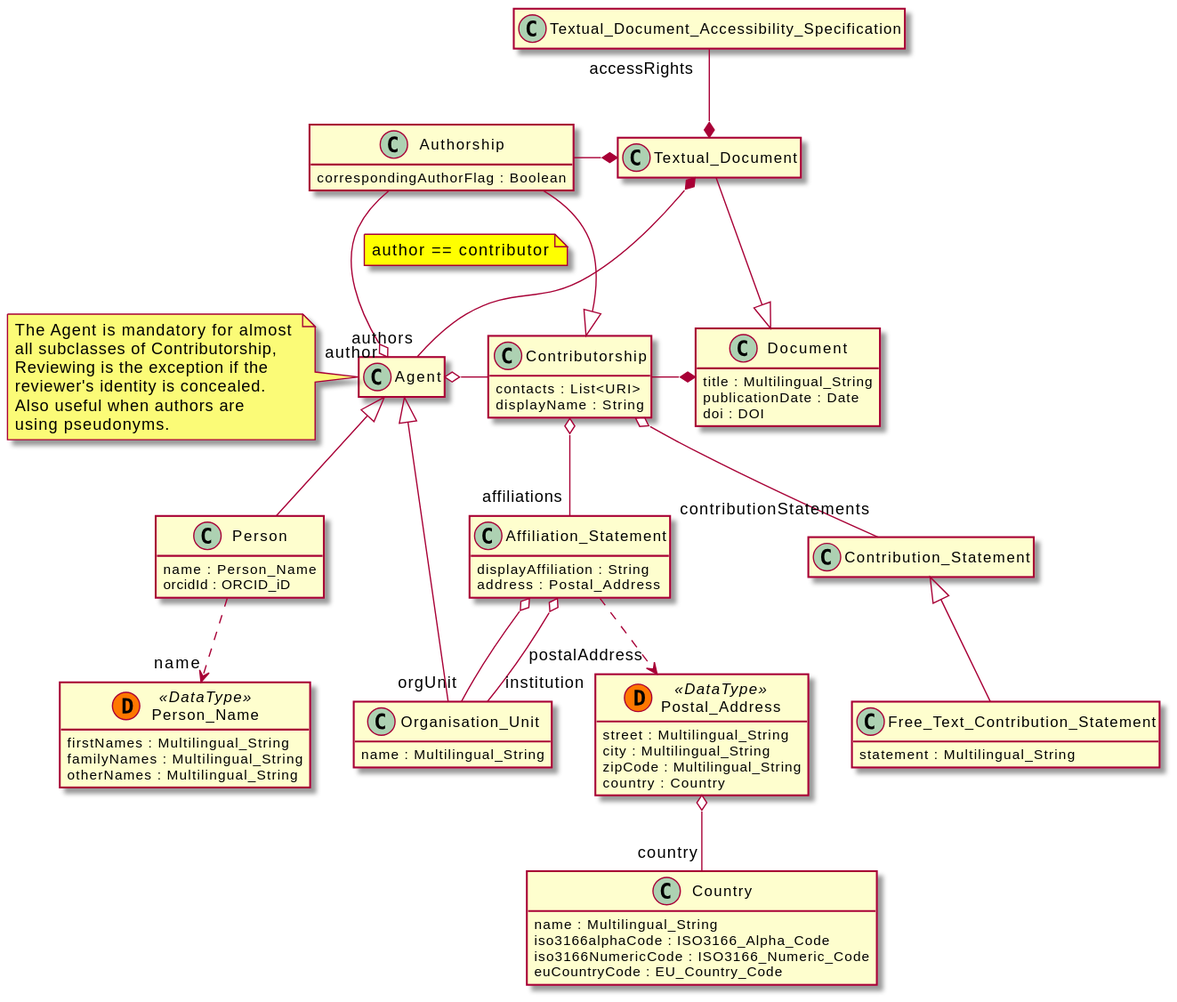
Before: diagrams/core.svg, a diagram exported from PlantUML (EuroCRIS/CERIF-Core).
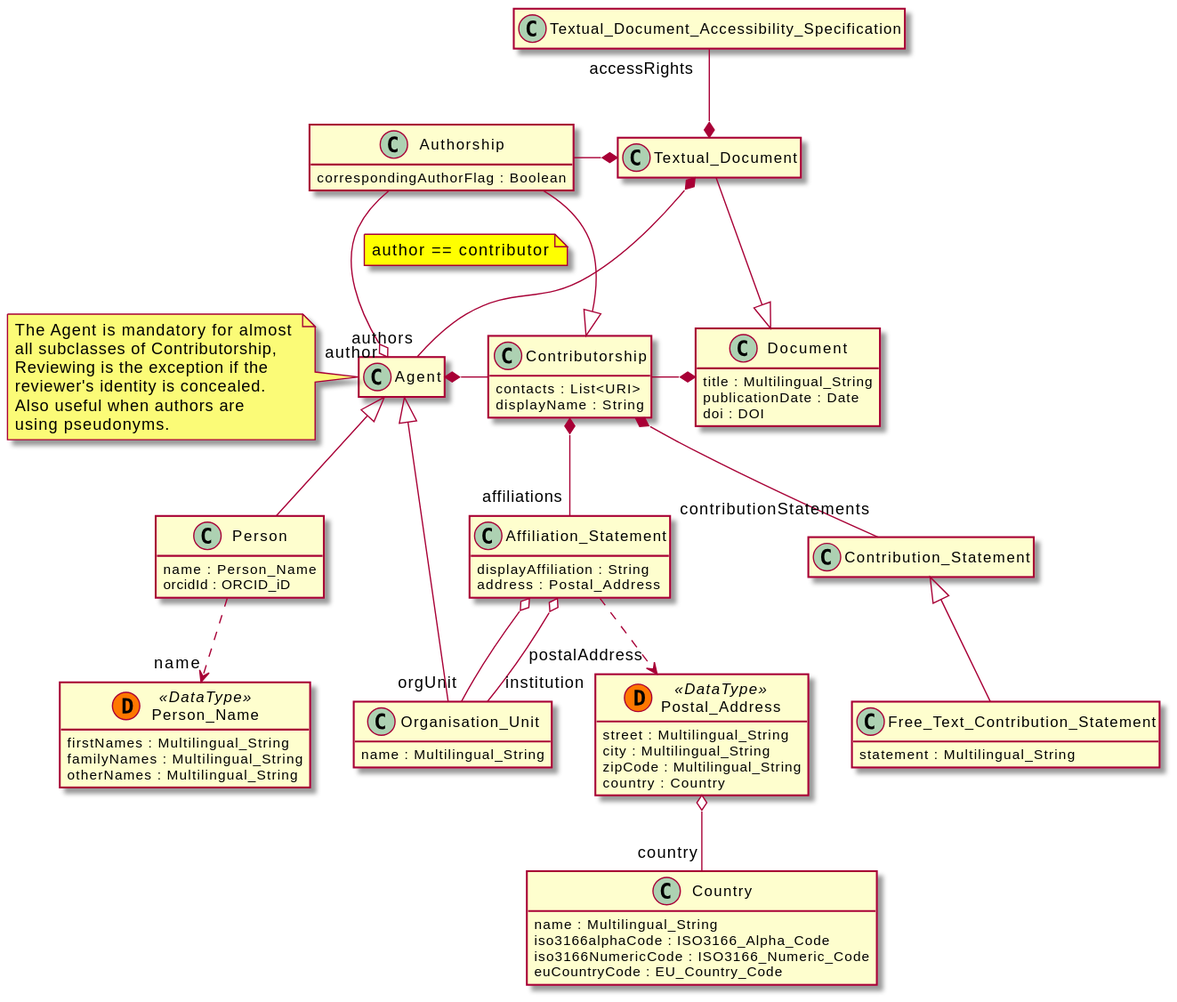
Above is the later version.

Commit message:
:rocket: adding generated diagrams

Change to the diagram source:
```diff
@@ -70,9 +70,9 @@
 "Affiliation_Statement" o-- "institution" "Organisation_Unit"
 "Contribution_Statement" <|-- "Free_Text_Contribution_Statement"
 "Contributorship" -r-* "Document"
-"Contributorship" -l-o "Agent"
-"Contributorship" o-- "affiliations" "Affiliation_Statement"
-"Contributorship" o-- "contributionStatements" "Contribution_Statement"
+"Contributorship" -l-* "Agent"
+"Contributorship" *-- "affiliations" "Affiliation_Statement"
+"Contributorship" *-- "contributionStatements" "Contribution_Statement"
 !endsub
 "Authorship" -r-* "Textual_Document"
 "Contributorship" <|-u- "Authorship"
```
